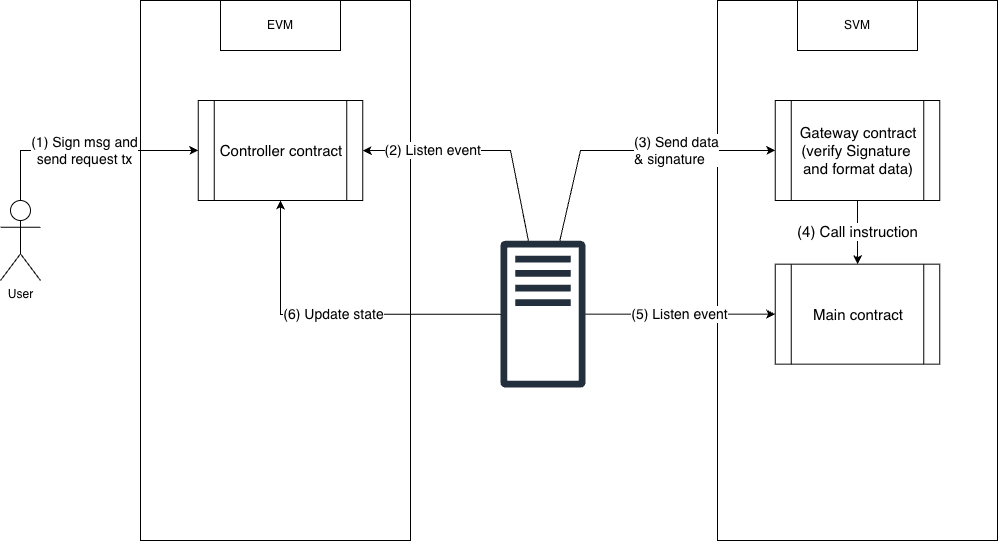
nthang2/DATN keeps this draw.io diagram as Figure/Overall_architecture.png. Above is the earlier version. Source tidied: cells renumbered, new cells last; positions are measured from the earlier drawing's top-left corner, leaving out a move shared by most shapes. Its diagram source:
```xml
<mxGraphModel>
  <root>
    <mxCell id="0" />
    <mxCell id="1" parent="0" />
    <mxCell id="2" value="User" style="shape=umlActor;verticalLabelPosition=bottom;verticalAlign=top;html=1;outlineConnect=0;" parent="1" vertex="1">
      <mxGeometry y="200" width="40" height="80" as="geometry" />
    </mxCell>
    <mxCell id="3" style="rounded=0;whiteSpace=wrap;html=1;" parent="1" vertex="1">
      <mxGeometry x="140" width="270" height="540" as="geometry" />
    </mxCell>
    <mxCell id="4" value="EVM" style="rounded=0;whiteSpace=wrap;html=1;" parent="1" vertex="1">
      <mxGeometry x="220" width="120" height="50" as="geometry" />
    </mxCell>
    <mxCell id="5" value="(1) Sign msg and&lt;br&gt;send request tx" style="endArrow=classic;html=1;rounded=0;exitX=0.5;exitY=0;exitDx=0;exitDy=0;exitPerimeter=0;fontSize=14;entryX=0;entryY=0.5;entryDx=0;entryDy=0;" parent="1" edge="1" source="2" target="16">
      <mxGeometry relative="1" as="geometry">
        <Array as="points">
          <mxPoint x="20" y="150" />
        </Array>
      </mxGeometry>
    </mxCell>
    <mxCell id="6" value="&lt;font style=&quot;font-size: 14px;&quot;&gt;(2) Listen event&lt;/font&gt;" style="endArrow=classic;html=1;rounded=0;entryX=1;entryY=0.5;entryDx=0;entryDy=0;align=right;" parent="1" edge="1" source="14" target="16">
      <mxGeometry relative="1" as="geometry">
        <Array as="points">
          <mxPoint x="510" y="150" />
        </Array>
      </mxGeometry>
    </mxCell>
    <mxCell id="7" style="rounded=0;whiteSpace=wrap;html=1;" parent="1" vertex="1">
      <mxGeometry x="717" width="280" height="540" as="geometry" />
    </mxCell>
    <mxCell id="8" value="SVM" style="rounded=0;whiteSpace=wrap;html=1;" parent="1" vertex="1">
      <mxGeometry x="797" width="120" height="50" as="geometry" />
    </mxCell>
    <mxCell id="9" value="&lt;div style=&quot;&quot;&gt;&lt;span style=&quot;background-color: light-dark(#ffffff, var(--ge-dark-color, #121212)); color: light-dark(rgb(0, 0, 0), rgb(255, 255, 255));&quot;&gt;(3) Send data &lt;br&gt;&amp;amp;&amp;nbsp;&lt;/span&gt;&lt;span style=&quot;background-color: light-dark(#ffffff, var(--ge-dark-color, #121212)); color: light-dark(rgb(0, 0, 0), rgb(255, 255, 255));&quot;&gt;signature&lt;/span&gt;&lt;/div&gt;" style="endArrow=classic;html=1;rounded=0;entryX=0;entryY=0.5;entryDx=0;entryDy=0;fontSize=14;align=left;" parent="1" edge="1" source="14" target="13">
      <mxGeometry relative="1" as="geometry">
        <Array as="points">
          <mxPoint x="580" y="150" />
        </Array>
      </mxGeometry>
    </mxCell>
    <mxCell id="10" value="(4) Call instruction" style="endArrow=classic;html=1;rounded=0;exitX=0.5;exitY=1;exitDx=0;exitDy=0;entryX=0.5;entryY=0;entryDx=0;entryDy=0;fontSize=15;" parent="1" edge="1" source="13" target="15">
      <mxGeometry relative="1" as="geometry" />
    </mxCell>
    <mxCell id="11" value="(5) Listen event" style="endArrow=classic;html=1;rounded=0;entryX=0;entryY=0.5;entryDx=0;entryDy=0;fontSize=14;" parent="1" edge="1" source="14" target="15">
      <mxGeometry relative="1" as="geometry" />
    </mxCell>
    <mxCell id="12" value="(6) Update state" style="endArrow=classic;html=1;rounded=0;entryX=0.5;entryY=1;entryDx=0;entryDy=0;fontSize=14;align=center;" parent="1" edge="1" source="14" target="16">
      <mxGeometry relative="1" as="geometry">
        <Array as="points">
          <mxPoint x="280" y="314" />
        </Array>
      </mxGeometry>
    </mxCell>
    <mxCell id="13" value="Gateway contract&lt;div&gt;(verify Signature&amp;nbsp;&lt;/div&gt;&lt;div&gt;&lt;span style=&quot;background-color: transparent; color: light-dark(rgb(0, 0, 0), rgb(255, 255, 255));&quot;&gt;and format data)&lt;/span&gt;&lt;/div&gt;" style="shape=process;whiteSpace=wrap;html=1;backgroundOutline=1;fontSize=15;" parent="1" vertex="1">
      <mxGeometry x="774.8" y="100" width="164.5" height="100" as="geometry" />
    </mxCell>
    <mxCell id="14" style="sketch=0;outlineConnect=0;fontColor=#232F3E;gradientColor=none;fillColor=#232F3D;strokeColor=none;dashed=0;verticalLabelPosition=bottom;verticalAlign=top;align=center;html=1;fontSize=12;fontStyle=0;shape=mxgraph.aws4.traditional_server;" parent="1" vertex="1">
      <mxGeometry x="500" y="240" width="85" height="147.3" as="geometry" />
    </mxCell>
    <mxCell id="15" value="Main contract" style="shape=process;whiteSpace=wrap;html=1;backgroundOutline=1;fontSize=15;" parent="1" vertex="1">
      <mxGeometry x="774.8" y="263.7" width="164.5" height="100" as="geometry" />
    </mxCell>
    <mxCell id="16" value="Controller contract" style="shape=process;whiteSpace=wrap;html=1;backgroundOutline=1;fontSize=15;" parent="1" vertex="1">
      <mxGeometry x="197.8" y="100" width="164.5" height="100" as="geometry" />
    </mxCell>
  </root>
</mxGraphModel>
```
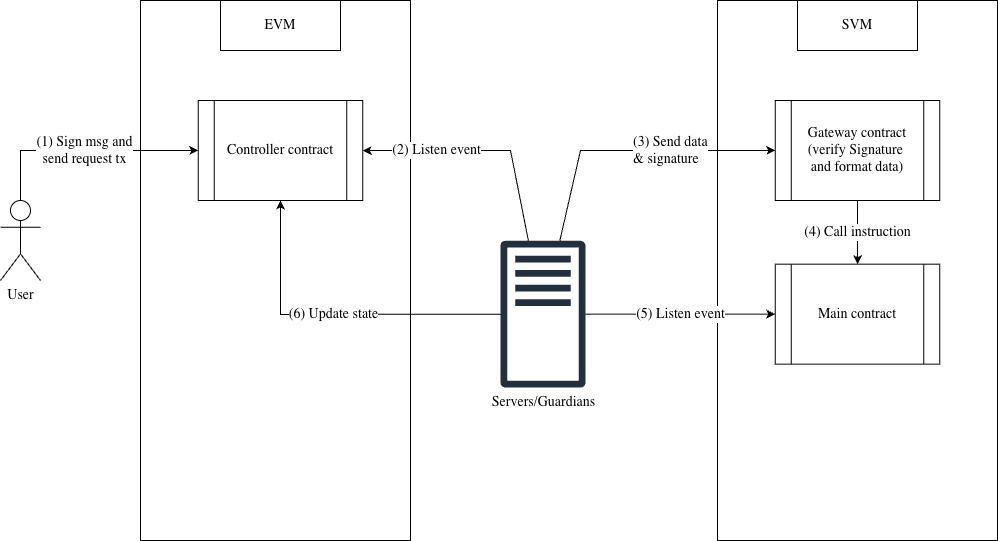
Later version of the same file.

Change to the diagram source:
```diff
@@ -2,65 +2,65 @@
   <root>
     <mxCell id="0" />
     <mxCell id="1" parent="0" />
-    <mxCell id="2" value="User" style="shape=umlActor;verticalLabelPosition=bottom;verticalAlign=top;html=1;outlineConnect=0;" parent="1" vertex="1">
+    <mxCell id="2" value="User" style="shape=umlActor;verticalLabelPosition=bottom;verticalAlign=top;html=1;outlineConnect=0;fontSize=14;fontFamily=Computer Modern Roman;" parent="1" vertex="1">
       <mxGeometry y="200" width="40" height="80" as="geometry" />
     </mxCell>
-    <mxCell id="3" style="rounded=0;whiteSpace=wrap;html=1;" parent="1" vertex="1">
+    <mxCell id="3" style="rounded=0;whiteSpace=wrap;html=1;fontSize=14;fontFamily=Computer Modern Roman;" parent="1" vertex="1">
       <mxGeometry x="140" width="270" height="540" as="geometry" />
     </mxCell>
-    <mxCell id="4" value="EVM" style="rounded=0;whiteSpace=wrap;html=1;" parent="1" vertex="1">
+    <mxCell id="4" value="EVM" style="rounded=0;whiteSpace=wrap;html=1;fontSize=14;fontFamily=Computer Modern Roman;" parent="1" vertex="1">
       <mxGeometry x="220" width="120" height="50" as="geometry" />
     </mxCell>
-    <mxCell id="5" value="(1) Sign msg and&lt;br&gt;send request tx" style="endArrow=classic;html=1;rounded=0;exitX=0.5;exitY=0;exitDx=0;exitDy=0;exitPerimeter=0;fontSize=14;entryX=0;entryY=0.5;entryDx=0;entryDy=0;" parent="1" edge="1" source="2" target="16">
+    <mxCell id="5" value="(1) Sign msg and&lt;br&gt;send request tx" style="endArrow=classic;html=1;rounded=0;exitX=0.5;exitY=0;exitDx=0;exitDy=0;exitPerimeter=0;fontSize=14;entryX=0;entryY=0.5;entryDx=0;entryDy=0;fontFamily=Computer Modern Roman;" parent="1" edge="1" source="2" target="16">
       <mxGeometry relative="1" as="geometry">
         <Array as="points">
           <mxPoint x="20" y="150" />
         </Array>
       </mxGeometry>
     </mxCell>
-    <mxCell id="6" value="&lt;font style=&quot;font-size: 14px;&quot;&gt;(2) Listen event&lt;/font&gt;" style="endArrow=classic;html=1;rounded=0;entryX=1;entryY=0.5;entryDx=0;entryDy=0;align=right;" parent="1" edge="1" source="14" target="16">
+    <mxCell id="6" value="&lt;font&gt;(2) Listen event&lt;/font&gt;" style="endArrow=classic;html=1;rounded=0;entryX=1;entryY=0.5;entryDx=0;entryDy=0;align=right;fontSize=14;fontFamily=Computer Modern Roman;" parent="1" edge="1" source="14" target="16">
       <mxGeometry relative="1" as="geometry">
         <Array as="points">
           <mxPoint x="510" y="150" />
         </Array>
       </mxGeometry>
     </mxCell>
-    <mxCell id="7" style="rounded=0;whiteSpace=wrap;html=1;" parent="1" vertex="1">
+    <mxCell id="7" style="rounded=0;whiteSpace=wrap;html=1;fontSize=14;fontFamily=Computer Modern Roman;" parent="1" vertex="1">
       <mxGeometry x="717" width="280" height="540" as="geometry" />
     </mxCell>
-    <mxCell id="8" value="SVM" style="rounded=0;whiteSpace=wrap;html=1;" parent="1" vertex="1">
+    <mxCell id="8" value="SVM" style="rounded=0;whiteSpace=wrap;html=1;fontSize=14;fontFamily=Computer Modern Roman;" parent="1" vertex="1">
       <mxGeometry x="797" width="120" height="50" as="geometry" />
     </mxCell>
-    <mxCell id="9" value="&lt;div style=&quot;&quot;&gt;&lt;span style=&quot;background-color: light-dark(#ffffff, var(--ge-dark-color, #121212)); color: light-dark(rgb(0, 0, 0), rgb(255, 255, 255));&quot;&gt;(3) Send data &lt;br&gt;&amp;amp;&amp;nbsp;&lt;/span&gt;&lt;span style=&quot;background-color: light-dark(#ffffff, var(--ge-dark-color, #121212)); color: light-dark(rgb(0, 0, 0), rgb(255, 255, 255));&quot;&gt;signature&lt;/span&gt;&lt;/div&gt;" style="endArrow=classic;html=1;rounded=0;entryX=0;entryY=0.5;entryDx=0;entryDy=0;fontSize=14;align=left;" parent="1" edge="1" source="14" target="13">
+    <mxCell id="9" value="&lt;div&gt;&lt;span style=&quot;background-color: light-dark(#ffffff, var(--ge-dark-color, #121212)); color: light-dark(rgb(0, 0, 0), rgb(255, 255, 255));&quot;&gt;(3) Send data &lt;br&gt;&amp;amp;&amp;nbsp;&lt;/span&gt;&lt;span style=&quot;background-color: light-dark(#ffffff, var(--ge-dark-color, #121212)); color: light-dark(rgb(0, 0, 0), rgb(255, 255, 255));&quot;&gt;signature&lt;/span&gt;&lt;/div&gt;" style="endArrow=classic;html=1;rounded=0;entryX=0;entryY=0.5;entryDx=0;entryDy=0;fontSize=14;align=left;fontFamily=Computer Modern Roman;" parent="1" edge="1" source="14" target="13">
       <mxGeometry relative="1" as="geometry">
         <Array as="points">
           <mxPoint x="580" y="150" />
         </Array>
       </mxGeometry>
     </mxCell>
-    <mxCell id="10" value="(4) Call instruction" style="endArrow=classic;html=1;rounded=0;exitX=0.5;exitY=1;exitDx=0;exitDy=0;entryX=0.5;entryY=0;entryDx=0;entryDy=0;fontSize=15;" parent="1" edge="1" source="13" target="15">
+    <mxCell id="10" value="(4) Call instruction" style="endArrow=classic;html=1;rounded=0;exitX=0.5;exitY=1;exitDx=0;exitDy=0;entryX=0.5;entryY=0;entryDx=0;entryDy=0;fontSize=14;fontFamily=Computer Modern Roman;" parent="1" edge="1" source="13" target="15">
       <mxGeometry relative="1" as="geometry" />
     </mxCell>
-    <mxCell id="11" value="(5) Listen event" style="endArrow=classic;html=1;rounded=0;entryX=0;entryY=0.5;entryDx=0;entryDy=0;fontSize=14;" parent="1" edge="1" source="14" target="15">
+    <mxCell id="11" value="(5) Listen event" style="endArrow=classic;html=1;rounded=0;entryX=0;entryY=0.5;entryDx=0;entryDy=0;fontSize=14;fontFamily=Computer Modern Roman;" parent="1" edge="1" source="14" target="15">
       <mxGeometry relative="1" as="geometry" />
     </mxCell>
-    <mxCell id="12" value="(6) Update state" style="endArrow=classic;html=1;rounded=0;entryX=0.5;entryY=1;entryDx=0;entryDy=0;fontSize=14;align=center;" parent="1" edge="1" source="14" target="16">
+    <mxCell id="12" value="(6) Update state" style="endArrow=classic;html=1;rounded=0;entryX=0.5;entryY=1;entryDx=0;entryDy=0;fontSize=14;align=center;fontFamily=Computer Modern Roman;" parent="1" edge="1" source="14" target="16">
       <mxGeometry relative="1" as="geometry">
         <Array as="points">
           <mxPoint x="280" y="314" />
         </Array>
       </mxGeometry>
     </mxCell>
-    <mxCell id="13" value="Gateway contract&lt;div&gt;(verify Signature&amp;nbsp;&lt;/div&gt;&lt;div&gt;&lt;span style=&quot;background-color: transparent; color: light-dark(rgb(0, 0, 0), rgb(255, 255, 255));&quot;&gt;and format data)&lt;/span&gt;&lt;/div&gt;" style="shape=process;whiteSpace=wrap;html=1;backgroundOutline=1;fontSize=15;" parent="1" vertex="1">
+    <mxCell id="13" value="Gateway contract&lt;div&gt;(verify Signature&amp;nbsp;&lt;/div&gt;&lt;div&gt;&lt;span style=&quot;background-color: transparent; color: light-dark(rgb(0, 0, 0), rgb(255, 255, 255));&quot;&gt;and format data)&lt;/span&gt;&lt;/div&gt;" style="shape=process;whiteSpace=wrap;html=1;backgroundOutline=1;fontSize=14;fontFamily=Computer Modern Roman;" parent="1" vertex="1">
       <mxGeometry x="774.8" y="100" width="164.5" height="100" as="geometry" />
     </mxCell>
-    <mxCell id="14" style="sketch=0;outlineConnect=0;fontColor=#232F3E;gradientColor=none;fillColor=#232F3D;strokeColor=none;dashed=0;verticalLabelPosition=bottom;verticalAlign=top;align=center;html=1;fontSize=12;fontStyle=0;shape=mxgraph.aws4.traditional_server;" parent="1" vertex="1">
+    <mxCell id="14" value="Servers/Guardians" style="sketch=0;outlineConnect=0;fontColor=#000000;gradientColor=none;fillColor=#232F3D;strokeColor=none;dashed=0;verticalLabelPosition=bottom;verticalAlign=top;align=center;html=1;fontSize=14;fontStyle=0;shape=mxgraph.aws4.traditional_server;fontFamily=Computer Modern Roman;" parent="1" vertex="1">
       <mxGeometry x="500" y="240" width="85" height="147.3" as="geometry" />
     </mxCell>
-    <mxCell id="15" value="Main contract" style="shape=process;whiteSpace=wrap;html=1;backgroundOutline=1;fontSize=15;" parent="1" vertex="1">
+    <mxCell id="15" value="Main contract" style="shape=process;whiteSpace=wrap;html=1;backgroundOutline=1;fontSize=14;fontFamily=Computer Modern Roman;" parent="1" vertex="1">
       <mxGeometry x="774.8" y="263.7" width="164.5" height="100" as="geometry" />
     </mxCell>
-    <mxCell id="16" value="Controller contract" style="shape=process;whiteSpace=wrap;html=1;backgroundOutline=1;fontSize=15;" parent="1" vertex="1">
+    <mxCell id="16" value="Controller contract" style="shape=process;whiteSpace=wrap;html=1;backgroundOutline=1;fontSize=14;fontFamily=Computer Modern Roman;" parent="1" vertex="1">
       <mxGeometry x="197.8" y="100" width="164.5" height="100" as="geometry" />
     </mxCell>
   </root>
```
